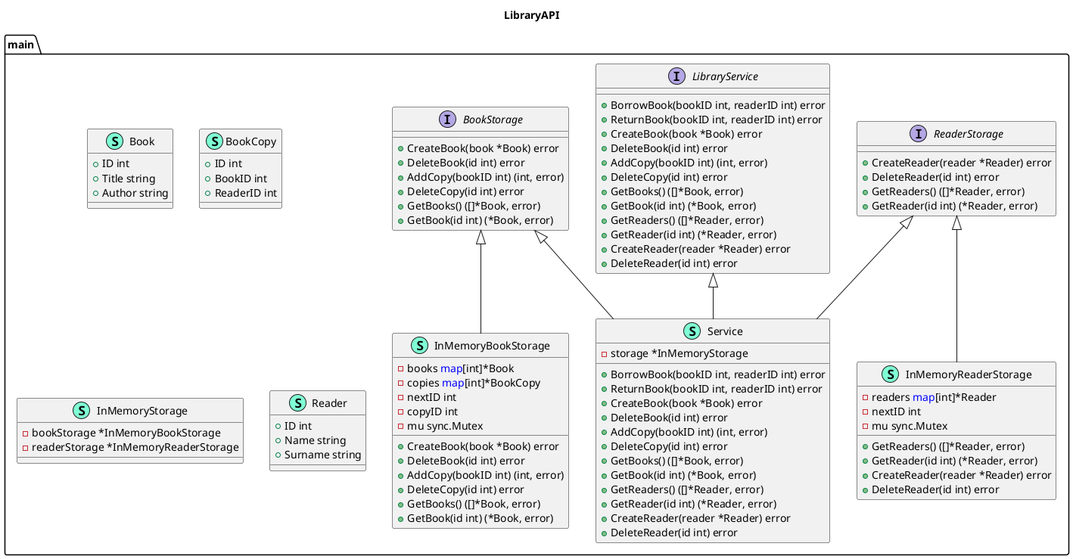
Before: 3_semester_2024/prog/lab/lista2/diagram.png, a diagram exported from PlantUML (Rafisto/uni). Source of this version:
```plantuml
@startuml
title LibraryAPI
namespace main {
    class Book << (S,Aquamarine) >> {
        + ID int
        + Title string
        + Author string

    }
    class BookCopy << (S,Aquamarine) >> {
        + ID int
        + BookID int
        + ReaderID int

    }
    interface BookStorage  {
        + CreateBook(book *Book) error
        + DeleteBook(id int) error
        + AddCopy(bookID int) (int, error)
        + DeleteCopy(id int) error
        + GetBooks() ([]*Book, error)
        + GetBook(id int) (*Book, error)

    }
    class InMemoryBookStorage << (S,Aquamarine) >> {
        - books <font color=blue>map</font>[int]*Book
        - copies <font color=blue>map</font>[int]*BookCopy
        - nextID int
        - copyID int
        - mu sync.Mutex

        + CreateBook(book *Book) error
        + DeleteBook(id int) error
        + AddCopy(bookID int) (int, error)
        + DeleteCopy(id int) error
        + GetBooks() ([]*Book, error)
        + GetBook(id int) (*Book, error)

    }
    class InMemoryReaderStorage << (S,Aquamarine) >> {
        - readers <font color=blue>map</font>[int]*Reader
        - nextID int
        - mu sync.Mutex

        + GetReaders() ([]*Reader, error)
        + GetReader(id int) (*Reader, error)
        + CreateReader(reader *Reader) error
        + DeleteReader(id int) error

    }
    class InMemoryStorage << (S,Aquamarine) >> {
        - bookStorage *InMemoryBookStorage
        - readerStorage *InMemoryReaderStorage

    }
    interface LibraryService  {
        + BorrowBook(bookID int, readerID int) error
        + ReturnBook(bookID int, readerID int) error
        + CreateBook(book *Book) error
        + DeleteBook(id int) error
        + AddCopy(bookID int) (int, error)
        + DeleteCopy(id int) error
        + GetBooks() ([]*Book, error)
        + GetBook(id int) (*Book, error)
        + GetReaders() ([]*Reader, error)
        + GetReader(id int) (*Reader, error)
        + CreateReader(reader *Reader) error
        + DeleteReader(id int) error

    }
    class Reader << (S,Aquamarine) >> {
        + ID int
        + Name string
        + Surname string

    }
    interface ReaderStorage  {
        + CreateReader(reader *Reader) error
        + DeleteReader(id int) error
        + GetReaders() ([]*Reader, error)
        + GetReader(id int) (*Reader, error)

    }
    class Service << (S,Aquamarine) >> {
        - storage *InMemoryStorage

        + BorrowBook(bookID int, readerID int) error
        + ReturnBook(bookID int, readerID int) error
        + CreateBook(book *Book) error
        + DeleteBook(id int) error
        + AddCopy(bookID int) (int, error)
        + DeleteCopy(id int) error
        + GetBooks() ([]*Book, error)
        + GetBook(id int) (*Book, error)
        + GetReaders() ([]*Reader, error)
        + GetReader(id int) (*Reader, error)
        + CreateReader(reader *Reader) error
        + DeleteReader(id int) error

    }
}

"main.BookStorage" <|-- "main.InMemoryBookStorage"
"main.ReaderStorage" <|-- "main.InMemoryReaderStorage"
"main.BookStorage" <|-- "main.Service"
"main.LibraryService" <|-- "main.Service"
"main.ReaderStorage" <|-- "main.Service"

@enduml
```
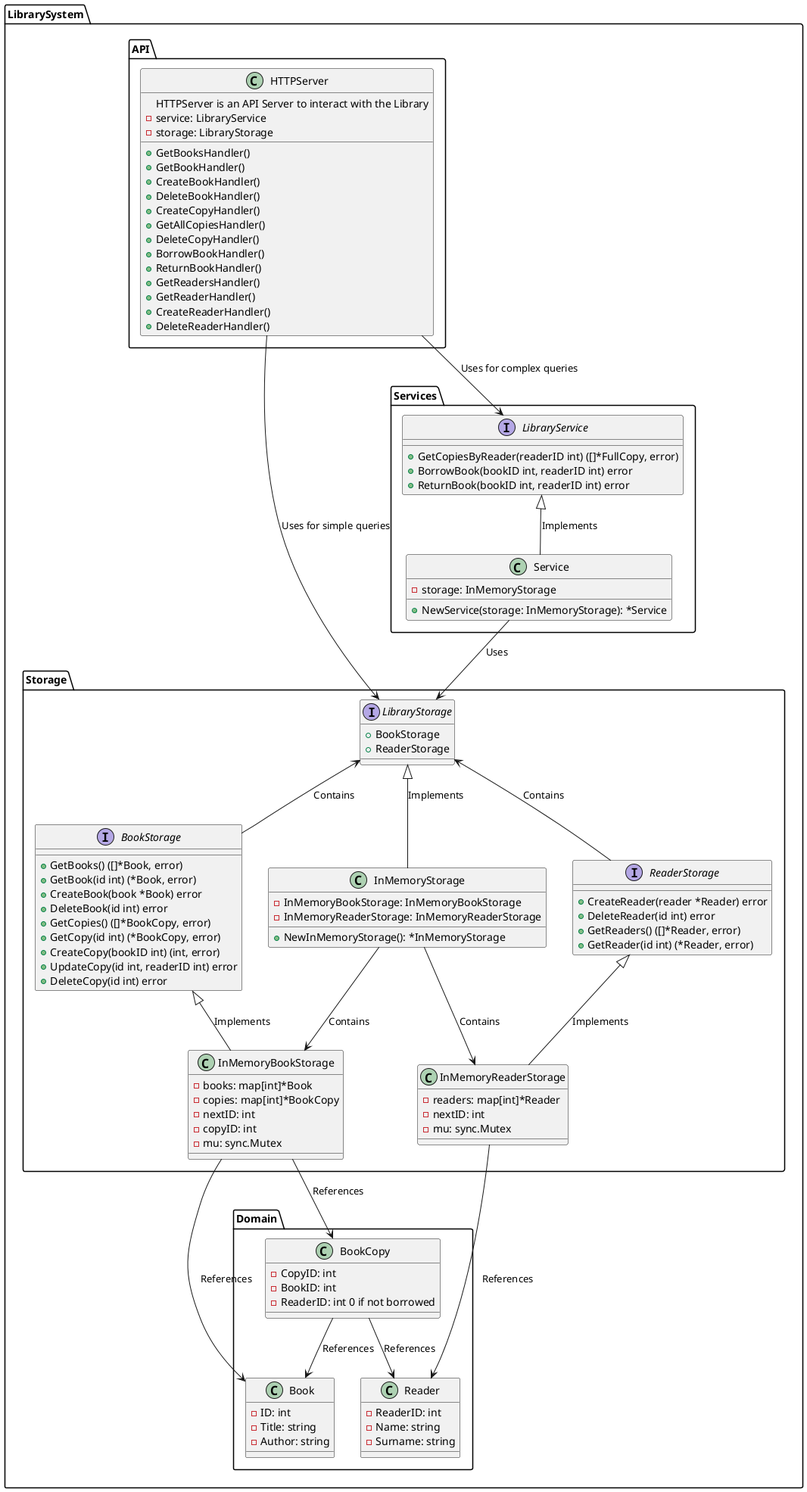
After the commit.

Diff of the diagram source:
```diff
@@ -1,109 +1,125 @@
-@startuml
-title LibraryAPI
-namespace main {
-    class Book << (S,Aquamarine) >> {
-        + ID int
-        + Title string
-        + Author string
+@startuml diagram
+
+package "LibrarySystem" {
+
+    package "Domain" {
+        class Book {
+            - ID: int
+            - Title: string
+            - Author: string
+        }
+
+        class BookCopy {
+            - CopyID: int
+            - BookID: int
+            - ReaderID: int 0 if not borrowed
+        }
+
+        class Reader {
+            - ReaderID: int
+            - Name: string
+            - Surname: string
+        }
 
     }
-    class BookCopy << (S,Aquamarine) >> {
-        + ID int
-        + BookID int
-        + ReaderID int
 
+    package "Storage" {
+        interface BookStorage {
+           	+ GetBooks() ([]*Book, error)
+	        + GetBook(id int) (*Book, error)
+            + CreateBook(book *Book) error
+            + DeleteBook(id int) error
+            + GetCopies() ([]*BookCopy, error)
+            + GetCopy(id int) (*BookCopy, error)
+            + CreateCopy(bookID int) (int, error)
+            + UpdateCopy(id int, readerID int) error
+            + DeleteCopy(id int) error
+        }
+
+        interface ReaderStorage {
+            + CreateReader(reader *Reader) error
+            + DeleteReader(id int) error
+            + GetReaders() ([]*Reader, error)
+            + GetReader(id int) (*Reader, error)
+        }
+
+        interface LibraryStorage {
+            + BookStorage
+            + ReaderStorage
+        }
+
+        class InMemoryStorage {
+            - InMemoryBookStorage: InMemoryBookStorage
+            - InMemoryReaderStorage: InMemoryReaderStorage
+            + NewInMemoryStorage(): *InMemoryStorage
+        }
+
+        class InMemoryBookStorage {
+            - books: map[int]*Book
+            - copies: map[int]*BookCopy
+            - nextID: int
+            - copyID: int
+            - mu: sync.Mutex
+        }
+
+        class InMemoryReaderStorage {
+            - readers: map[int]*Reader
+            - nextID: int
+            - mu: sync.Mutex
+        }
     }
-    interface BookStorage  {
-        + CreateBook(book *Book) error
-        + DeleteBook(id int) error
-        + AddCopy(bookID int) (int, error)
-        + DeleteCopy(id int) error
-        + GetBooks() ([]*Book, error)
-        + GetBook(id int) (*Book, error)
 
+    package "API" {
+        class HTTPServer {
+            HTTPServer is an API Server to interact with the Library
+            - service: LibraryService
+            - storage: LibraryStorage
+            + GetBooksHandler()
+            + GetBookHandler()
+            + CreateBookHandler()
+            + DeleteBookHandler()
+            + CreateCopyHandler()
+            + GetAllCopiesHandler()
+            + DeleteCopyHandler()
+            + BorrowBookHandler()
+            + ReturnBookHandler()
+            + GetReadersHandler()
+            + GetReaderHandler()
+            + CreateReaderHandler()
+            + DeleteReaderHandler()
+        }
     }
-    class InMemoryBookStorage << (S,Aquamarine) >> {
-        - books <font color=blue>map</font>[int]*Book
-        - copies <font color=blue>map</font>[int]*BookCopy
-        - nextID int
-        - copyID int
-        - mu sync.Mutex
 
-        + CreateBook(book *Book) error
-        + DeleteBook(id int) error
-        + AddCopy(bookID int) (int, error)
-        + DeleteCopy(id int) error
-        + GetBooks() ([]*Book, error)
-        + GetBook(id int) (*Book, error)
+    package "Services" {
+        interface LibraryService {
+            + GetCopiesByReader(readerID int) ([]*FullCopy, error)
+            + BorrowBook(bookID int, readerID int) error
+            + ReturnBook(bookID int, readerID int) error
+        }
 
+        class Service {
+            - storage: InMemoryStorage
+            + NewService(storage: InMemoryStorage): *Service
+        }
     }
-    class InMemoryReaderStorage << (S,Aquamarine) >> {
-        - readers <font color=blue>map</font>[int]*Reader
-        - nextID int
-        - mu sync.Mutex
 
-        + GetReaders() ([]*Reader, error)
-        + GetReader(id int) (*Reader, error)
-        + CreateReader(reader *Reader) error
-        + DeleteReader(id int) error
+    LibraryStorage <|-- InMemoryStorage : "Implements"
+    LibraryStorage <-- BookStorage : "Contains"
+    LibraryStorage <-- ReaderStorage : "Contains"
+    BookStorage <|-- InMemoryBookStorage : "Implements"
+    ReaderStorage <|-- InMemoryReaderStorage : "Implements"
+    HTTPServer --> LibraryService : "Uses for complex queries"
+    HTTPServer --> LibraryStorage : "Uses for simple queries"
+    Service --> LibraryStorage : "Uses"
+    LibraryService <|-- Service : "Implements"
+    InMemoryStorage --> InMemoryBookStorage : "Contains"
+    InMemoryStorage --> InMemoryReaderStorage : "Contains"
+    InMemoryBookStorage --> Book : "References"
+    InMemoryReaderStorage --> Reader : "References"
+    InMemoryBookStorage --> BookCopy : "References"
+    BookCopy --> Book : "References"
+    BookCopy --> Reader : "References"
 
-    }
-    class InMemoryStorage << (S,Aquamarine) >> {
-        - bookStorage *InMemoryBookStorage
-        - readerStorage *InMemoryReaderStorage
-
-    }
-    interface LibraryService  {
-        + BorrowBook(bookID int, readerID int) error
-        + ReturnBook(bookID int, readerID int) error
-        + CreateBook(book *Book) error
-        + DeleteBook(id int) error
-        + AddCopy(bookID int) (int, error)
-        + DeleteCopy(id int) error
-        + GetBooks() ([]*Book, error)
-        + GetBook(id int) (*Book, error)
-        + GetReaders() ([]*Reader, error)
-        + GetReader(id int) (*Reader, error)
-        + CreateReader(reader *Reader) error
-        + DeleteReader(id int) error
-
-    }
-    class Reader << (S,Aquamarine) >> {
-        + ID int
-        + Name string
-        + Surname string
-
-    }
-    interface ReaderStorage  {
-        + CreateReader(reader *Reader) error
-        + DeleteReader(id int) error
-        + GetReaders() ([]*Reader, error)
-        + GetReader(id int) (*Reader, error)
-
-    }
-    class Service << (S,Aquamarine) >> {
-        - storage *InMemoryStorage
-
-        + BorrowBook(bookID int, readerID int) error
-        + ReturnBook(bookID int, readerID int) error
-        + CreateBook(book *Book) error
-        + DeleteBook(id int) error
-        + AddCopy(bookID int) (int, error)
-        + DeleteCopy(id int) error
-        + GetBooks() ([]*Book, error)
-        + GetBook(id int) (*Book, error)
-        + GetReaders() ([]*Reader, error)
-        + GetReader(id int) (*Reader, error)
-        + CreateReader(reader *Reader) error
-        + DeleteReader(id int) error
-
-    }
 }
 
-"main.BookStorage" <|-- "main.InMemoryBookStorage"
-"main.ReaderStorage" <|-- "main.InMemoryReaderStorage"
-"main.BookStorage" <|-- "main.Service"
-"main.LibraryService" <|-- "main.Service"
-"main.ReaderStorage" <|-- "main.Service"
-
 @enduml
```
